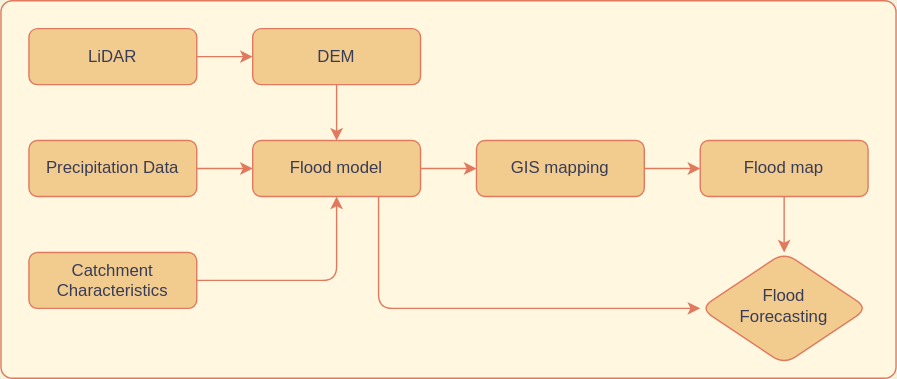
The draw.io diagram Flow-Planning.drawio.svg in anixn/Diagrams.net, before a commit. Source tidied: cells renumbered, new cells last; positions are measured from the earlier drawing's top-left corner, leaving out a move shared by most shapes.
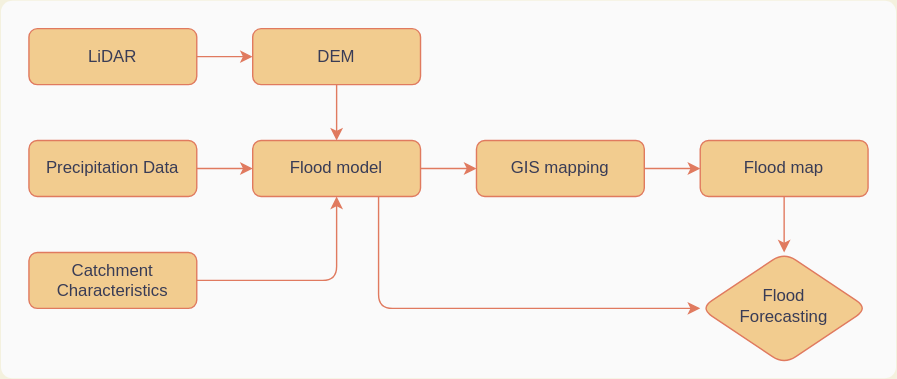
Later version of the same file.

Diff of the diagram source:
```diff
@@ -2,7 +2,7 @@
   <root>
     <mxCell id="0" />
     <mxCell id="1" parent="0" />
-    <mxCell id="2" style="rounded=1;whiteSpace=wrap;html=1;labelBackgroundColor=#F4F1DE;fontSize=19;fillColor=#FFF7E0;strokeColor=#E07A5F;fontColor=#393C56;arcSize=3;" parent="1" vertex="1">
+    <mxCell id="2" style="rounded=1;whiteSpace=wrap;html=1;labelBackgroundColor=#F4F1DE;fontSize=19;fillColor=#FAFAFA;strokeColor=none;fontColor=#393C56;arcSize=3;" parent="1" vertex="1">
       <mxGeometry width="640" height="270" as="geometry" />
     </mxCell>
     <mxCell id="3" style="edgeStyle=orthogonalEdgeStyle;rounded=1;jettySize=auto;html=1;exitX=1;exitY=0.5;exitDx=0;exitDy=0;fontSize=19;fontColor=#393C56;strokeColor=#E07A5F;fillColor=#F2CC8F;labelBackgroundColor=#F4F1DE;" parent="1" edge="1" source="4" target="7">
```
